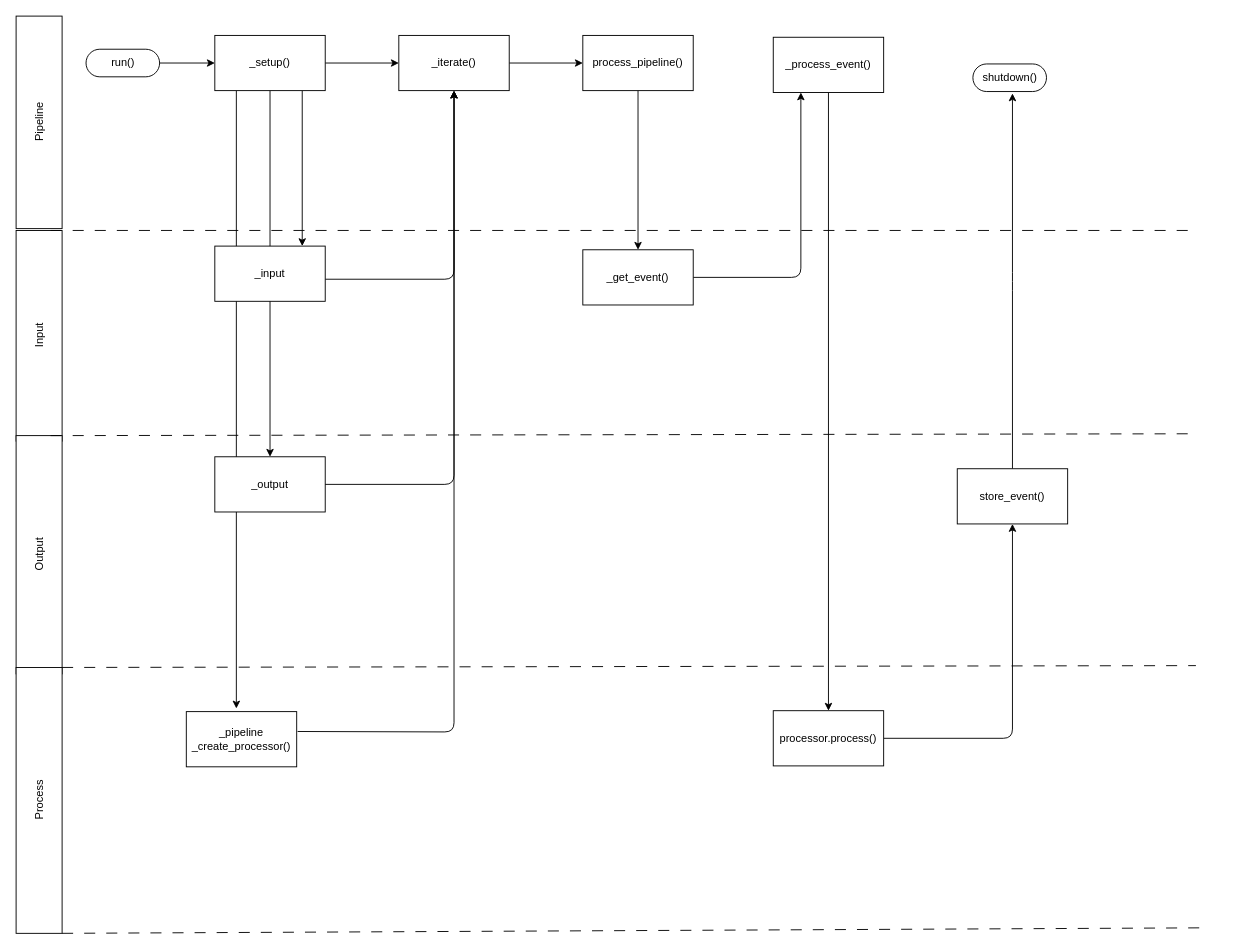
Above: doc/source/development/architecture/diagramms/pipeline.drawio in fkie-cad/Logprep (draw.io), before the change. Source tidied: cells renumbered, new cells numbered last; positions are measured from the earlier drawing's top-left corner, leaving out a move shared by most shapes. Both pictures are drawn from the tidied source at 92%, with x=0, y=0 at pixel (-95, 35).
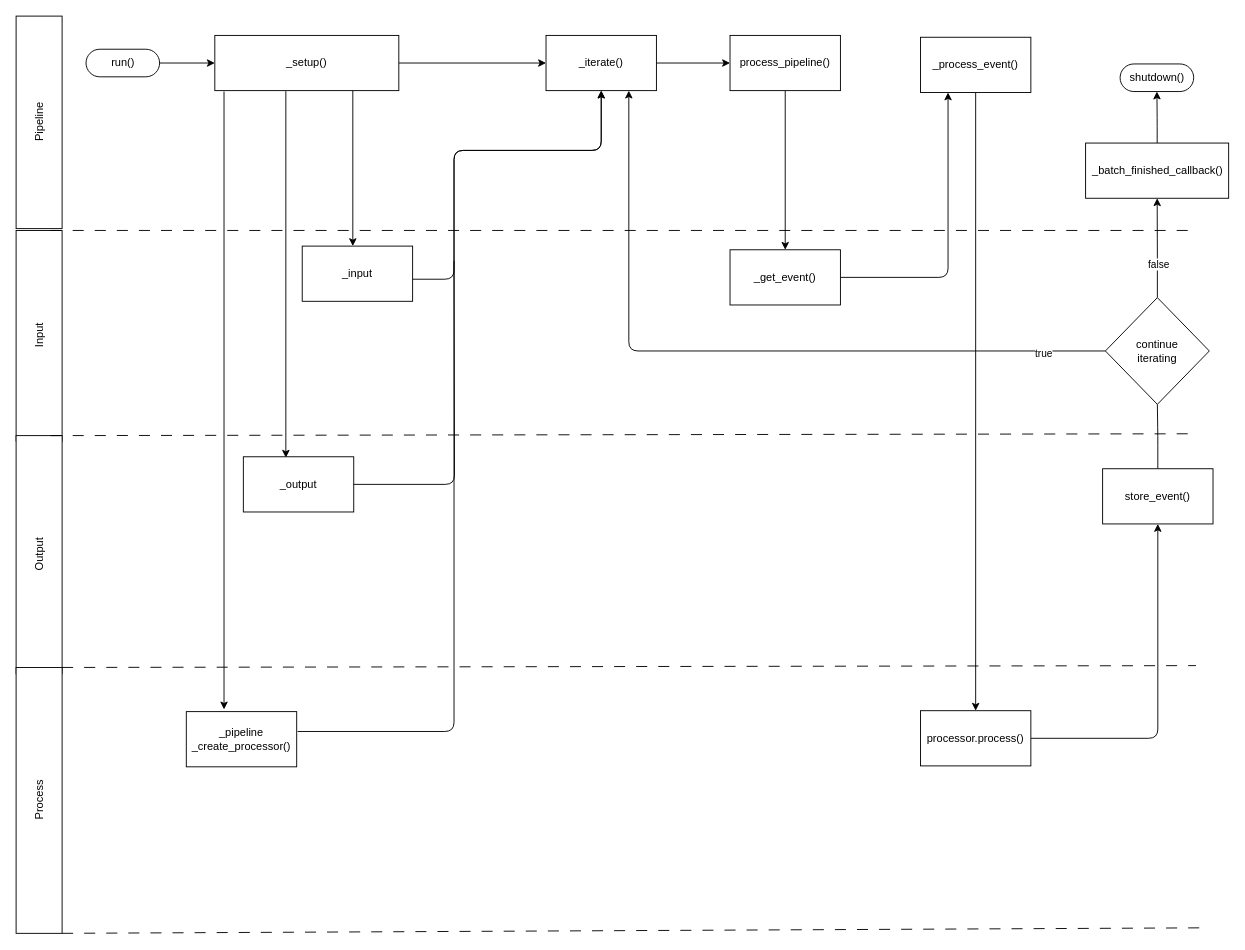
The same diagram, later.

The edit, as a diff of the source:
```diff
@@
     <mxCell id="8" style="edgeStyle=none;html=1;" parent="1" edge="1">
       <mxGeometry relative="1" as="geometry">
-        <mxPoint x="431" y="60" as="sourcePoint" />
-        <mxPoint x="431" y="229" as="targetPoint" />
+        <mxPoint x="486" y="60" as="sourcePoint" />
+        <mxPoint x="486" y="229" as="targetPoint" />
       </mxGeometry>
     </mxCell>
-    <mxCell id="9" style="edgeStyle=none;html=1;" parent="1" edge="1" source="12" target="15">
+    <mxCell id="9" style="edgeStyle=none;html=1;exitX=0.386;exitY=1.01;exitDx=0;exitDy=0;exitPerimeter=0;entryX=0.385;entryY=0.017;entryDx=0;entryDy=0;entryPerimeter=0;" parent="1" edge="1" source="12" target="15">
       <mxGeometry relative="1" as="geometry" />
     </mxCell>
     <mxCell id="10" style="edgeStyle=none;html=1;entryX=0.428;entryY=-0.057;entryDx=0;entryDy=0;entryPerimeter=0;" parent="1" edge="1">
       <mxGeometry relative="1" as="geometry">
-        <mxPoint x="359.4" y="60" as="sourcePoint" />
-        <mxPoint x="359.4" y="731.6" as="targetPoint" />
+        <mxPoint x="346" y="61" as="sourcePoint" />
+        <mxPoint x="346" y="732.6" as="targetPoint" />
       </mxGeometry>
     </mxCell>
@@
     <mxCell id="12" value="_setup()" style="whiteSpace=wrap;html=1;dashed=0;" parent="1" vertex="1">
-      <mxGeometry x="336" width="120" height="60" as="geometry" />
+      <mxGeometry x="336" width="200" height="60" as="geometry" />
     </mxCell>
     <mxCell id="13" style="edgeStyle=orthogonalEdgeStyle;html=1;entryX=0.5;entryY=1;entryDx=0;entryDy=0;" parent="1" edge="1" source="14" target="18">
       <mxGeometry relative="1" as="geometry">
         <Array as="points">
           <mxPoint x="596" y="265" />
+          <mxPoint x="596" y="125" />
+          <mxPoint x="756" y="125" />
         </Array>
       </mxGeometry>
     </mxCell>
     <mxCell id="14" value="_input" style="whiteSpace=wrap;html=1;dashed=0;" parent="1" vertex="1">
-      <mxGeometry x="336" y="229" width="120" height="60" as="geometry" />
+      <mxGeometry x="431" y="229" width="120" height="60" as="geometry" />
     </mxCell>
     <mxCell id="15" value="_output" style="whiteSpace=wrap;html=1;dashed=0;" parent="1" vertex="1">
-      <mxGeometry x="336" y="458" width="120" height="60" as="geometry" />
+      <mxGeometry x="367" y="458" width="120" height="60" as="geometry" />
     </mxCell>
@@
     <mxCell id="18" value="_iterate()" style="whiteSpace=wrap;html=1;dashed=0;" parent="1" vertex="1">
-      <mxGeometry x="536" width="120" height="60" as="geometry" />
+      <mxGeometry x="696" width="120" height="60" as="geometry" />
     </mxCell>
-    <mxCell id="19" style="edgeStyle=orthogonalEdgeStyle;html=1;exitX=1;exitY=0.5;exitDx=0;exitDy=0;entryX=0.5;entryY=1;entryDx=0;entryDy=0;" parent="1" edge="1" source="15" target="18">
+    <mxCell id="19" style="html=1;exitX=1;exitY=0.5;exitDx=0;exitDy=0;edgeStyle=orthogonalEdgeStyle;endArrow=none;endFill=0;" parent="1" edge="1" source="15">
       <mxGeometry relative="1" as="geometry">
-        <Array as="points">
-          <mxPoint x="596" y="488" />
-        </Array>
+        <mxPoint x="596" y="245" as="targetPoint" />
       </mxGeometry>
     </mxCell>
     <mxCell id="20" style="edgeStyle=orthogonalEdgeStyle;html=1;entryX=0.5;entryY=1;entryDx=0;entryDy=0;" parent="1" edge="1" target="18">
       <mxGeometry relative="1" as="geometry">
         <mxPoint x="426" y="756.6" as="sourcePoint" />
+        <Array as="points">
+          <mxPoint x="596" y="757" />
+          <mxPoint x="596" y="125" />
+          <mxPoint x="756" y="125" />
+        </Array>
       </mxGeometry>
     </mxCell>
@@
     <mxCell id="22" value="process_pipeline()" style="whiteSpace=wrap;html=1;dashed=0;" parent="1" vertex="1">
-      <mxGeometry x="736" width="120" height="60" as="geometry" />
+      <mxGeometry x="896" width="120" height="60" as="geometry" />
     </mxCell>
@@
     <mxCell id="24" value="_get_event()" style="whiteSpace=wrap;html=1;dashed=0;" parent="1" vertex="1">
-      <mxGeometry x="736" y="233" width="120" height="60" as="geometry" />
+      <mxGeometry x="896" y="233" width="120" height="60" as="geometry" />
     </mxCell>
@@
     <mxCell id="26" value="_process_event()" style="whiteSpace=wrap;html=1;dashed=0;" parent="1" vertex="1">
-      <mxGeometry x="943" y="2" width="120" height="60" as="geometry" />
+      <mxGeometry x="1103" y="2" width="120" height="60" as="geometry" />
     </mxCell>
@@
     <mxCell id="28" value="processor.process()" style="whiteSpace=wrap;html=1;dashed=0;" parent="1" vertex="1">
-      <mxGeometry x="943" y="734" width="120" height="60" as="geometry" />
+      <mxGeometry x="1103" y="734" width="120" height="60" as="geometry" />
     </mxCell>
-    <mxCell id="29" style="edgeStyle=orthogonalEdgeStyle;html=1;" parent="1" edge="1" source="30">
-      <mxGeometry relative="1" as="geometry">
-        <mxPoint x="1203" y="63" as="targetPoint" />
-      </mxGeometry>
-    </mxCell>
+    <mxCell id="36" style="edgeStyle=orthogonalEdgeStyle;html=1;endArrow=none;endFill=0;" parent="1" edge="1" source="30" target="41">
+      <mxGeometry relative="1" as="geometry" />
+    </mxCell>
     <mxCell id="30" value="store_event()" style="whiteSpace=wrap;html=1;dashed=0;" parent="1" vertex="1">
-      <mxGeometry x="1143" y="471" width="120" height="60" as="geometry" />
+      <mxGeometry x="1301" y="471" width="120" height="60" as="geometry" />
     </mxCell>
     <mxCell id="31" value="shutdown()" style="html=1;dashed=0;whitespace=wrap;shape=mxgraph.dfd.start;" parent="1" vertex="1">
-      <mxGeometry x="1160" y="31" width="80" height="30" as="geometry" />
+      <mxGeometry x="1320" y="31" width="80" height="30" as="geometry" />
     </mxCell>
@@
+    <mxCell id="37" style="edgeStyle=orthogonalEdgeStyle;html=1;endArrow=classic;endFill=1;entryX=0.75;entryY=1;entryDx=0;entryDy=0;" parent="1" edge="1" source="41" target="18">
+      <mxGeometry relative="1" as="geometry" />
+    </mxCell>
+    <mxCell id="38" value="true" style="edgeLabel;html=1;align=center;verticalAlign=middle;" parent="37" vertex="1">
+      <mxGeometry x="-0.83" y="2" relative="1" as="geometry" />
+    </mxCell>
+    <mxCell id="39" style="edgeStyle=orthogonalEdgeStyle;html=1;endArrow=classic;endFill=1;" parent="1" edge="1" source="41" target="43">
+      <mxGeometry relative="1" as="geometry" />
+    </mxCell>
+    <mxCell id="40" value="false" style="edgeLabel;html=1;align=center;verticalAlign=middle;" parent="39" vertex="1">
+      <mxGeometry x="-0.32" y="-1" relative="1" as="geometry" />
+    </mxCell>
+    <mxCell id="41" value="continue&lt;br&gt;iterating" style="rhombus;whiteSpace=wrap;html=1;dashed=0;" parent="1" vertex="1">
+      <mxGeometry x="1304" y="285" width="113" height="116" as="geometry" />
+    </mxCell>
+    <mxCell id="42" style="edgeStyle=orthogonalEdgeStyle;html=1;endArrow=classic;endFill=1;" parent="1" edge="1" source="43" target="31">
+      <mxGeometry relative="1" as="geometry" />
+    </mxCell>
+    <mxCell id="43" value="_batch_finished_callback()" style="whiteSpace=wrap;html=1;dashed=0;" parent="1" vertex="1">
+      <mxGeometry x="1282.5" y="117" width="155.5" height="60" as="geometry" />
+    </mxCell>
```
